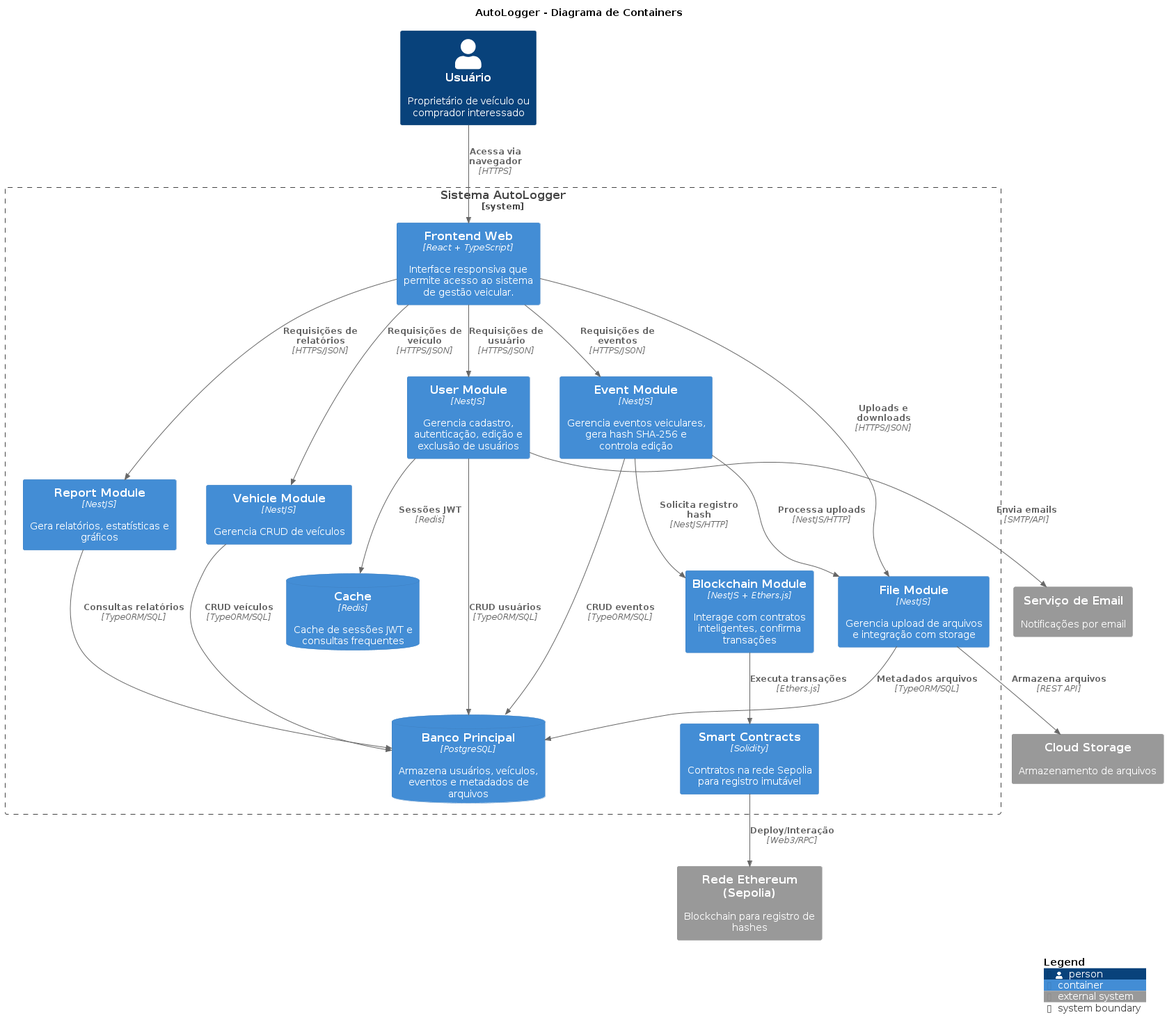
This is docs/c4_architecture/c4_level2.png from Pellegr1n1/autologger-services, a PlantUML export, as it was before one commit.
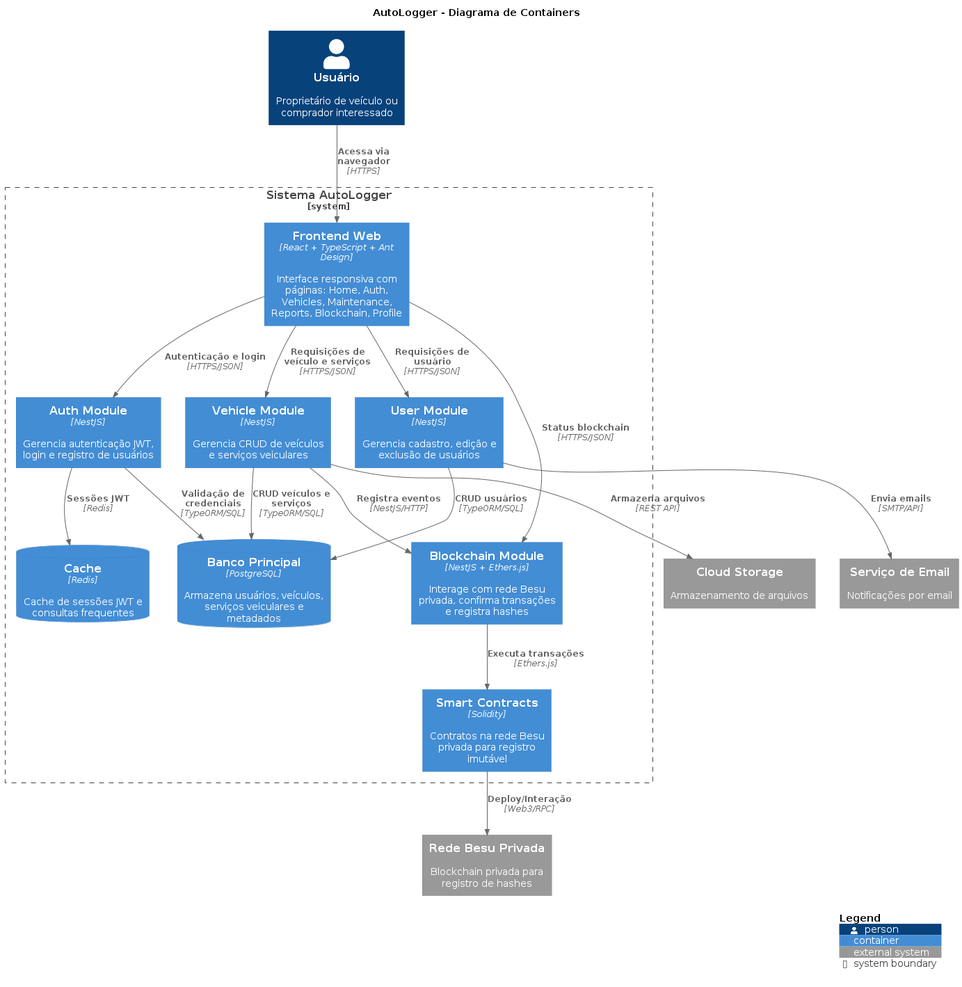
The same file after the commit.

What changed in the source:
```diff
@@ -8,53 +8,45 @@
 Person(user, "Usuário", "Proprietário de veículo ou comprador interessado")
 
 System_Boundary(autologger_boundary, "Sistema AutoLogger") {
-    Container(frontend, "Frontend Web", "React + TypeScript", "Interface responsiva que permite acesso ao sistema de gestão veicular.")
+    Container(frontend, "Frontend Web", "React + TypeScript + Ant Design", "Interface responsiva com páginas: Home, Auth, Vehicles, Maintenance, Reports, Blockchain, Profile")
 
-    Container(user_module, "User Module", "NestJS", "Gerencia cadastro, autenticação, edição e exclusão de usuários")
+    Container(auth_module, "Auth Module", "NestJS", "Gerencia autenticação JWT, login e registro de usuários")
 
-    Container(vehicle_module, "Vehicle Module", "NestJS", "Gerencia CRUD de veículos")
+    Container(user_module, "User Module", "NestJS", "Gerencia cadastro, edição e exclusão de usuários")
 
-    Container(event_module, "Event Module", "NestJS", "Gerencia eventos veiculares, gera hash SHA-256 e controla edição")
+    Container(vehicle_module, "Vehicle Module", "NestJS", "Gerencia CRUD de veículos e serviços veiculares")
 
-    Container(report_module, "Report Module", "NestJS", "Gera relatórios, estatísticas e gráficos")
+    Container(blockchain_module, "Blockchain Module", "NestJS + Ethers.js", "Interage com rede Besu privada, confirma transações e registra hashes")
 
-    Container(blockchain_module, "Blockchain Module", "NestJS + Ethers.js", "Interage com contratos inteligentes, confirma transações")
-
-    Container(file_module, "File Module", "NestJS", "Gerencia upload de arquivos e integração com storage")
-
-    ContainerDb(main_db, "Banco Principal", "PostgreSQL", "Armazena usuários, veículos, eventos e metadados de arquivos")
+    ContainerDb(main_db, "Banco Principal", "PostgreSQL", "Armazena usuários, veículos, serviços veiculares e metadados")
 
     ContainerDb(cache_db, "Cache", "Redis", "Cache de sessões JWT e consultas frequentes")
 
-    Container(smart_contracts, "Smart Contracts", "Solidity", "Contratos na rede Sepolia para registro imutável")
+    Container(smart_contracts, "Smart Contracts", "Solidity", "Contratos na rede Besu privada para registro imutável")
 }
 
-System_Ext(ethereum_net, "Rede Ethereum (Sepolia)", "Blockchain para registro de hashes")
+System_Ext(besu_net, "Rede Besu Privada", "Blockchain privada para registro de hashes")
 System_Ext(email_ext, "Serviço de Email", "Notificações por email")
 System_Ext(storage_ext, "Cloud Storage", "Armazenamento de arquivos")
 
 Rel(user, frontend, "Acessa via navegador", "HTTPS")
 
+Rel(frontend, auth_module, "Autenticação e login", "HTTPS/JSON")
 Rel(frontend, user_module, "Requisições de usuário", "HTTPS/JSON")
-Rel(frontend, vehicle_module, "Requisições de veículo", "HTTPS/JSON")
-Rel(frontend, event_module, "Requisições de eventos", "HTTPS/JSON")
-Rel(frontend, report_module, "Requisições de relatórios", "HTTPS/JSON")
-Rel(frontend, file_module, "Uploads e downloads", "HTTPS/JSON")
+Rel(frontend, vehicle_module, "Requisições de veículo e serviços", "HTTPS/JSON")
+Rel(frontend, blockchain_module, "Status blockchain", "HTTPS/JSON")
 
+Rel(auth_module, main_db, "Validação de credenciais", "TypeORM/SQL")
 Rel(user_module, main_db, "CRUD usuários", "TypeORM/SQL")
-Rel(vehicle_module, main_db, "CRUD veículos", "TypeORM/SQL")
-Rel(event_module, main_db, "CRUD eventos", "TypeORM/SQL")
-Rel(report_module, main_db, "Consultas relatórios", "TypeORM/SQL")
-Rel(file_module, main_db, "Metadados arquivos", "TypeORM/SQL")
+Rel(vehicle_module, main_db, "CRUD veículos e serviços", "TypeORM/SQL")
 
-Rel(user_module, cache_db, "Sessões JWT", "Redis")
+Rel(auth_module, cache_db, "Sessões JWT", "Redis")
 
-Rel(event_module, blockchain_module, "Solicita registro hash", "NestJS/HTTP")
+Rel(vehicle_module, blockchain_module, "Registra eventos", "NestJS/HTTP")
 Rel(blockchain_module, smart_contracts, "Executa transações", "Ethers.js")
-Rel(smart_contracts, ethereum_net, "Deploy/Interação", "Web3/RPC")
+Rel(smart_contracts, besu_net, "Deploy/Interação", "Web3/RPC")
 
-Rel(event_module, file_module, "Processa uploads", "NestJS/HTTP")
-Rel(file_module, storage_ext, "Armazena arquivos", "REST API")
+Rel(vehicle_module, storage_ext, "Armazena arquivos", "REST API")
 Rel(user_module, email_ext, "Envia emails", "SMTP/API")
 
 SHOW_LEGEND()
```
